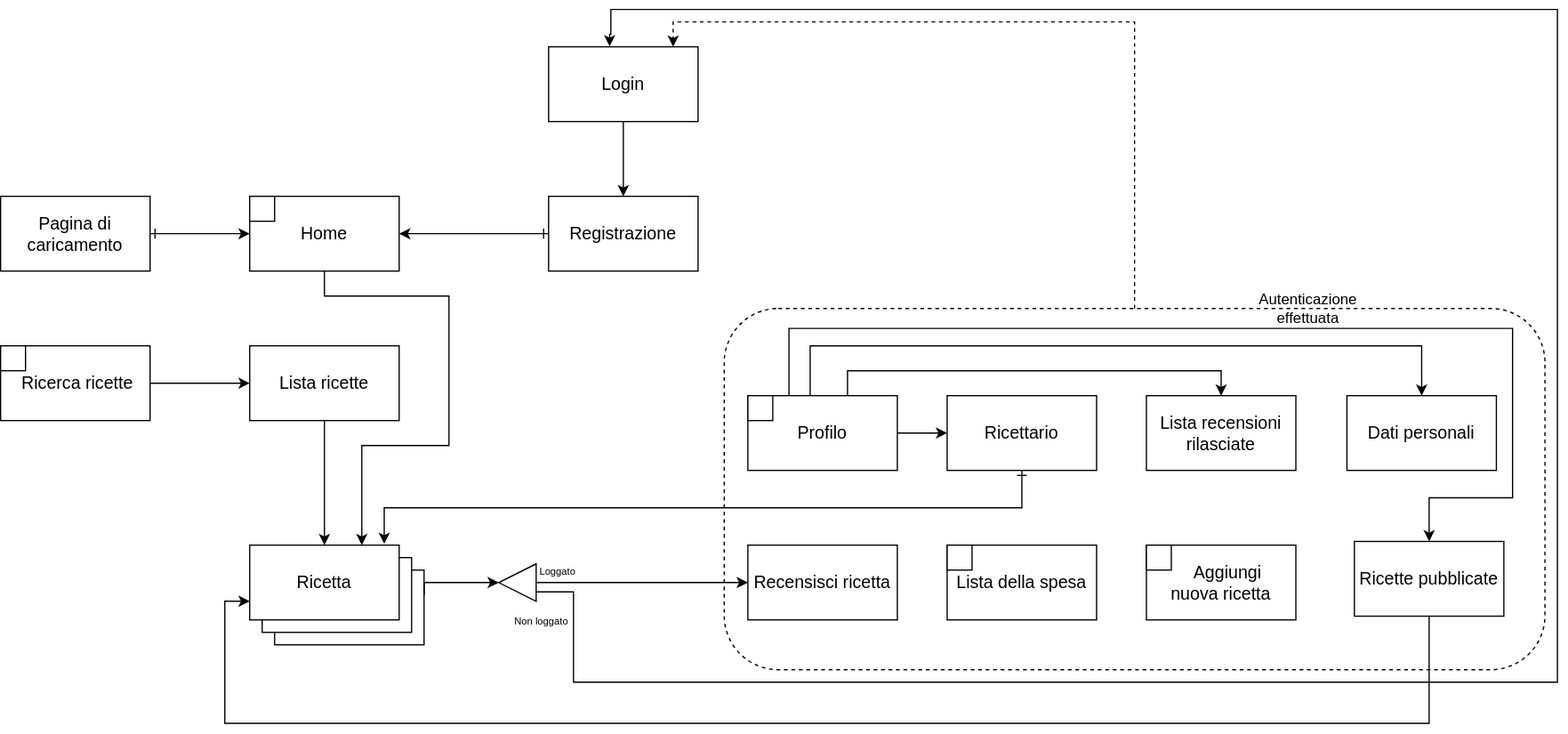
Gianlucadimarzio/Mobile keeps this draw.io diagram as Navigation/Navigation.svg. Above is the earlier version. Source tidied: cells renumbered, new cells last; positions are measured from the earlier drawing's top-left corner, leaving out a move shared by most shapes. Its diagram source:
```xml
<mxGraphModel>
  <root>
    <mxCell id="0" />
    <mxCell id="1" parent="0" />
    <mxCell id="2" style="rounded=0;whiteSpace=wrap;html=1;" parent="1" vertex="1">
      <mxGeometry x="220" y="450" width="120" height="60" as="geometry" />
    </mxCell>
    <mxCell id="3" style="edgeStyle=orthogonalEdgeStyle;rounded=0;jettySize=auto;html=1;entryX=1;entryY=0.5;entryDx=0;entryDy=0;startArrow=none;startFill=0;" parent="1" edge="1" target="17">
      <mxGeometry relative="1" as="geometry">
        <mxPoint x="340" y="470" as="sourcePoint" />
        <Array as="points">
          <mxPoint x="340" y="460" />
        </Array>
      </mxGeometry>
    </mxCell>
    <mxCell id="4" style="rounded=0;whiteSpace=wrap;html=1;" parent="1" vertex="1">
      <mxGeometry x="210" y="440" width="120" height="60" as="geometry" />
    </mxCell>
    <mxCell id="5" style="rounded=1;whiteSpace=wrap;html=1;fillColor=none;dashed=1;" parent="1" vertex="1">
      <mxGeometry x="581" y="240" width="659" height="290" as="geometry" />
    </mxCell>
    <mxCell id="6" style="edgeStyle=orthogonalEdgeStyle;rounded=0;jettySize=auto;html=1;entryX=0;entryY=0.5;entryDx=0;entryDy=0;startArrow=ERone;startFill=0;" parent="1" edge="1" source="7" target="9">
      <mxGeometry relative="1" as="geometry" />
    </mxCell>
    <mxCell id="7" value="&lt;font style=&quot;font-size: 14px&quot;&gt;Pagina di caricamento&lt;/font&gt;" style="rounded=0;whiteSpace=wrap;html=1;" parent="1" vertex="1">
      <mxGeometry y="150" width="120" height="60" as="geometry" />
    </mxCell>
    <mxCell id="8" style="edgeStyle=orthogonalEdgeStyle;rounded=0;jettySize=auto;html=1;entryX=0.75;entryY=0;entryDx=0;entryDy=0;startArrow=none;startFill=0;exitX=0.5;exitY=1;exitDx=0;exitDy=0;" parent="1" edge="1" source="9" target="14">
      <mxGeometry relative="1" as="geometry">
        <Array as="points">
          <mxPoint x="260" y="230" />
          <mxPoint x="360" y="230" />
          <mxPoint x="360" y="350" />
          <mxPoint x="290" y="350" />
        </Array>
      </mxGeometry>
    </mxCell>
    <mxCell id="9" value="&lt;font style=&quot;font-size: 14px&quot;&gt;Home&lt;/font&gt;" style="rounded=0;whiteSpace=wrap;html=1;" parent="1" vertex="1">
      <mxGeometry x="200" y="150" width="120" height="60" as="geometry" />
    </mxCell>
    <mxCell id="10" style="edgeStyle=orthogonalEdgeStyle;rounded=0;jettySize=auto;html=1;entryX=0;entryY=0.5;entryDx=0;entryDy=0;" parent="1" edge="1" source="11" target="13">
      <mxGeometry relative="1" as="geometry" />
    </mxCell>
    <mxCell id="11" value="&lt;font style=&quot;font-size: 14px&quot;&gt;&amp;nbsp;Ricerca ricette&lt;/font&gt;" style="rounded=0;whiteSpace=wrap;html=1;" parent="1" vertex="1">
      <mxGeometry y="270" width="120" height="60" as="geometry" />
    </mxCell>
    <mxCell id="12" style="edgeStyle=orthogonalEdgeStyle;rounded=0;jettySize=auto;html=1;entryX=0.5;entryY=0;entryDx=0;entryDy=0;startArrow=none;startFill=0;" parent="1" edge="1" source="13" target="14">
      <mxGeometry relative="1" as="geometry" />
    </mxCell>
    <mxCell id="13" value="&lt;font style=&quot;font-size: 14px&quot;&gt;Lista ricette&lt;/font&gt;" style="rounded=0;whiteSpace=wrap;html=1;" parent="1" vertex="1">
      <mxGeometry x="200" y="270" width="120" height="60" as="geometry" />
    </mxCell>
    <mxCell id="14" value="&lt;font style=&quot;font-size: 14px&quot;&gt;Ricetta&lt;/font&gt;" style="rounded=0;whiteSpace=wrap;html=1;" parent="1" vertex="1">
      <mxGeometry x="200" y="430" width="120" height="60" as="geometry" />
    </mxCell>
    <mxCell id="15" style="edgeStyle=orthogonalEdgeStyle;rounded=0;jettySize=auto;html=1;entryX=0;entryY=0.5;entryDx=0;entryDy=0;startArrow=none;startFill=0;" parent="1" edge="1" source="17" target="29">
      <mxGeometry relative="1" as="geometry" />
    </mxCell>
    <mxCell id="16" style="edgeStyle=orthogonalEdgeStyle;rounded=0;jettySize=auto;html=1;entryX=0.408;entryY=-0.006;entryDx=0;entryDy=0;startArrow=none;startFill=0;exitX=0;exitY=0.25;exitDx=0;exitDy=0;entryPerimeter=0;" parent="1" edge="1" source="17" target="21">
      <mxGeometry relative="1" as="geometry">
        <Array as="points">
          <mxPoint x="460" y="468" />
          <mxPoint x="460" y="540" />
          <mxPoint x="1250" y="540" />
          <mxPoint x="1250" />
          <mxPoint x="490" />
          <mxPoint x="490" y="20" />
          <mxPoint x="489" y="20" />
        </Array>
      </mxGeometry>
    </mxCell>
    <mxCell id="17" style="triangle;whiteSpace=wrap;html=1;rotation=-180;" parent="1" vertex="1">
      <mxGeometry x="400" y="445" width="30" height="30" as="geometry" />
    </mxCell>
    <mxCell id="18" style="edgeStyle=orthogonalEdgeStyle;rounded=0;jettySize=auto;html=1;entryX=1;entryY=0.5;entryDx=0;entryDy=0;startArrow=ERone;startFill=0;" parent="1" edge="1" source="19" target="9">
      <mxGeometry relative="1" as="geometry" />
    </mxCell>
    <mxCell id="19" value="&lt;font style=&quot;font-size: 14px&quot;&gt;Registrazione&lt;/font&gt;" style="rounded=0;whiteSpace=wrap;html=1;" parent="1" vertex="1">
      <mxGeometry x="440" y="150" width="120" height="60" as="geometry" />
    </mxCell>
    <mxCell id="20" style="edgeStyle=orthogonalEdgeStyle;rounded=0;jettySize=auto;html=1;entryX=0.5;entryY=0;entryDx=0;entryDy=0;startArrow=none;startFill=0;" parent="1" edge="1" source="21" target="19">
      <mxGeometry relative="1" as="geometry" />
    </mxCell>
    <mxCell id="21" value="&lt;font style=&quot;font-size: 14px&quot;&gt;Login&lt;/font&gt;" style="rounded=0;whiteSpace=wrap;html=1;" parent="1" vertex="1">
      <mxGeometry x="440" y="30" width="120" height="60" as="geometry" />
    </mxCell>
    <mxCell id="22" style="edgeStyle=orthogonalEdgeStyle;rounded=0;jettySize=auto;html=1;entryX=0;entryY=0.5;entryDx=0;entryDy=0;startArrow=none;startFill=0;" parent="1" edge="1" source="26" target="32">
      <mxGeometry relative="1" as="geometry" />
    </mxCell>
    <mxCell id="23" style="edgeStyle=orthogonalEdgeStyle;rounded=0;jettySize=auto;html=1;entryX=0.5;entryY=0;entryDx=0;entryDy=0;startArrow=none;startFill=0;" parent="1" edge="1" source="26" target="33">
      <mxGeometry relative="1" as="geometry">
        <Array as="points">
          <mxPoint x="680" y="290" />
          <mxPoint x="980" y="290" />
        </Array>
      </mxGeometry>
    </mxCell>
    <mxCell id="24" style="edgeStyle=orthogonalEdgeStyle;rounded=0;jettySize=auto;html=1;entryX=0.5;entryY=0;entryDx=0;entryDy=0;startArrow=none;startFill=0;" parent="1" edge="1" source="26" target="27">
      <mxGeometry relative="1" as="geometry">
        <Array as="points">
          <mxPoint x="650" y="270" />
          <mxPoint x="1141" y="270" />
        </Array>
      </mxGeometry>
    </mxCell>
    <mxCell id="25" style="edgeStyle=orthogonalEdgeStyle;rounded=0;jettySize=auto;html=1;entryX=0.5;entryY=0;entryDx=0;entryDy=0;" parent="1" edge="1" source="26" target="44">
      <mxGeometry relative="1" as="geometry">
        <Array as="points">
          <mxPoint x="633" y="256" />
          <mxPoint x="1214" y="256" />
          <mxPoint x="1214" y="392" />
          <mxPoint x="1147" y="392" />
        </Array>
      </mxGeometry>
    </mxCell>
    <mxCell id="26" value="&lt;font style=&quot;font-size: 14px&quot;&gt;Profilo&lt;/font&gt;" style="rounded=0;whiteSpace=wrap;html=1;" parent="1" vertex="1">
      <mxGeometry x="600" y="310" width="120" height="60" as="geometry" />
    </mxCell>
    <mxCell id="27" value="&lt;font style=&quot;font-size: 14px&quot;&gt;Dati personali&lt;/font&gt;" style="rounded=0;whiteSpace=wrap;html=1;" parent="1" vertex="1">
      <mxGeometry x="1081" y="310" width="120" height="60" as="geometry" />
    </mxCell>
    <mxCell id="28" value="&lt;font style=&quot;font-size: 14px&quot;&gt;Lista della spesa&lt;/font&gt;" style="rounded=0;whiteSpace=wrap;html=1;" parent="1" vertex="1">
      <mxGeometry x="760" y="430" width="120" height="60" as="geometry" />
    </mxCell>
    <mxCell id="29" value="&lt;font style=&quot;font-size: 14px&quot;&gt;Recensisci ricetta&lt;/font&gt;" style="rounded=0;whiteSpace=wrap;html=1;" parent="1" vertex="1">
      <mxGeometry x="600" y="430" width="120" height="60" as="geometry" />
    </mxCell>
    <mxCell id="30" value="&lt;font style=&quot;font-size: 14px&quot;&gt;&amp;nbsp; &amp;nbsp; Aggiungi&amp;nbsp; &amp;nbsp;nuova ricetta&amp;nbsp;&lt;/font&gt;" style="rounded=0;whiteSpace=wrap;html=1;" parent="1" vertex="1">
      <mxGeometry x="920" y="430" width="120" height="60" as="geometry" />
    </mxCell>
    <mxCell id="31" style="edgeStyle=orthogonalEdgeStyle;rounded=0;jettySize=auto;html=1;entryX=0.9;entryY=-0.017;entryDx=0;entryDy=0;entryPerimeter=0;startArrow=ERone;startFill=0;" parent="1" edge="1" source="32" target="14">
      <mxGeometry relative="1" as="geometry">
        <Array as="points">
          <mxPoint x="820" y="400" />
          <mxPoint x="308" y="400" />
        </Array>
      </mxGeometry>
    </mxCell>
    <mxCell id="32" value="&lt;font style=&quot;font-size: 14px&quot;&gt;Ricettario&lt;/font&gt;" style="rounded=0;whiteSpace=wrap;html=1;" parent="1" vertex="1">
      <mxGeometry x="760" y="310" width="120" height="60" as="geometry" />
    </mxCell>
    <mxCell id="33" value="&lt;font style=&quot;font-size: 14px&quot;&gt;Lista recensioni rilasciate&lt;/font&gt;" style="rounded=0;whiteSpace=wrap;html=1;" parent="1" vertex="1">
      <mxGeometry x="920" y="310" width="120" height="60" as="geometry" />
    </mxCell>
    <mxCell id="34" style="edgeStyle=orthogonalEdgeStyle;rounded=0;jettySize=auto;html=1;startArrow=none;startFill=0;dashed=1;" parent="1" edge="1" source="5" target="21">
      <mxGeometry relative="1" as="geometry">
        <Array as="points">
          <mxPoint x="910" y="10" />
          <mxPoint x="540" y="10" />
        </Array>
      </mxGeometry>
    </mxCell>
    <mxCell id="35" style="rounded=0;whiteSpace=wrap;html=1;fillColor=#ffffff;" parent="1" vertex="1">
      <mxGeometry x="600" y="310" width="20" height="20" as="geometry" />
    </mxCell>
    <mxCell id="36" style="rounded=0;whiteSpace=wrap;html=1;fillColor=#ffffff;" parent="1" vertex="1">
      <mxGeometry x="920" y="430" width="20" height="20" as="geometry" />
    </mxCell>
    <mxCell id="37" style="rounded=0;whiteSpace=wrap;html=1;fillColor=#ffffff;" parent="1" vertex="1">
      <mxGeometry x="760" y="430" width="20" height="20" as="geometry" />
    </mxCell>
    <mxCell id="38" style="rounded=0;whiteSpace=wrap;html=1;fillColor=#ffffff;" parent="1" vertex="1">
      <mxGeometry x="200" y="150" width="20" height="20" as="geometry" />
    </mxCell>
    <mxCell id="39" style="rounded=0;whiteSpace=wrap;html=1;fillColor=#ffffff;" parent="1" vertex="1">
      <mxGeometry y="270" width="20" height="20" as="geometry" />
    </mxCell>
    <mxCell id="40" value="&lt;font style=&quot;font-size: 8px&quot;&gt;Non loggato&lt;/font&gt;" style="text;html=1;align=center;verticalAlign=middle;" parent="1" vertex="1">
      <mxGeometry x="404" y="480" width="60" height="20" as="geometry" />
    </mxCell>
    <mxCell id="41" value="&lt;font style=&quot;font-size: 8px&quot;&gt;Loggato&lt;/font&gt;" style="text;html=1;align=center;verticalAlign=middle;" parent="1" vertex="1">
      <mxGeometry x="427" y="440" width="40" height="20" as="geometry" />
    </mxCell>
    <mxCell id="42" value="Autenticazione effettuata" style="text;html=1;strokeColor=none;fillColor=none;align=center;verticalAlign=middle;whiteSpace=wrap;rounded=0;" parent="1" vertex="1">
      <mxGeometry x="1030" y="230" width="40" height="20" as="geometry" />
    </mxCell>
    <mxCell id="43" style="edgeStyle=orthogonalEdgeStyle;rounded=0;jettySize=auto;html=1;entryX=0;entryY=0.75;entryDx=0;entryDy=0;" parent="1" edge="1" source="44" target="14">
      <mxGeometry relative="1" as="geometry">
        <Array as="points">
          <mxPoint x="1147" y="573" />
          <mxPoint x="180" y="573" />
          <mxPoint x="180" y="475" />
        </Array>
      </mxGeometry>
    </mxCell>
    <mxCell id="44" value="&lt;font style=&quot;font-size: 14px&quot;&gt;Ricette pubblicate&lt;/font&gt;" style="rounded=0;whiteSpace=wrap;html=1;" parent="1" vertex="1">
      <mxGeometry x="1087" y="427" width="120" height="60" as="geometry" />
    </mxCell>
  </root>
</mxGraphModel>
```
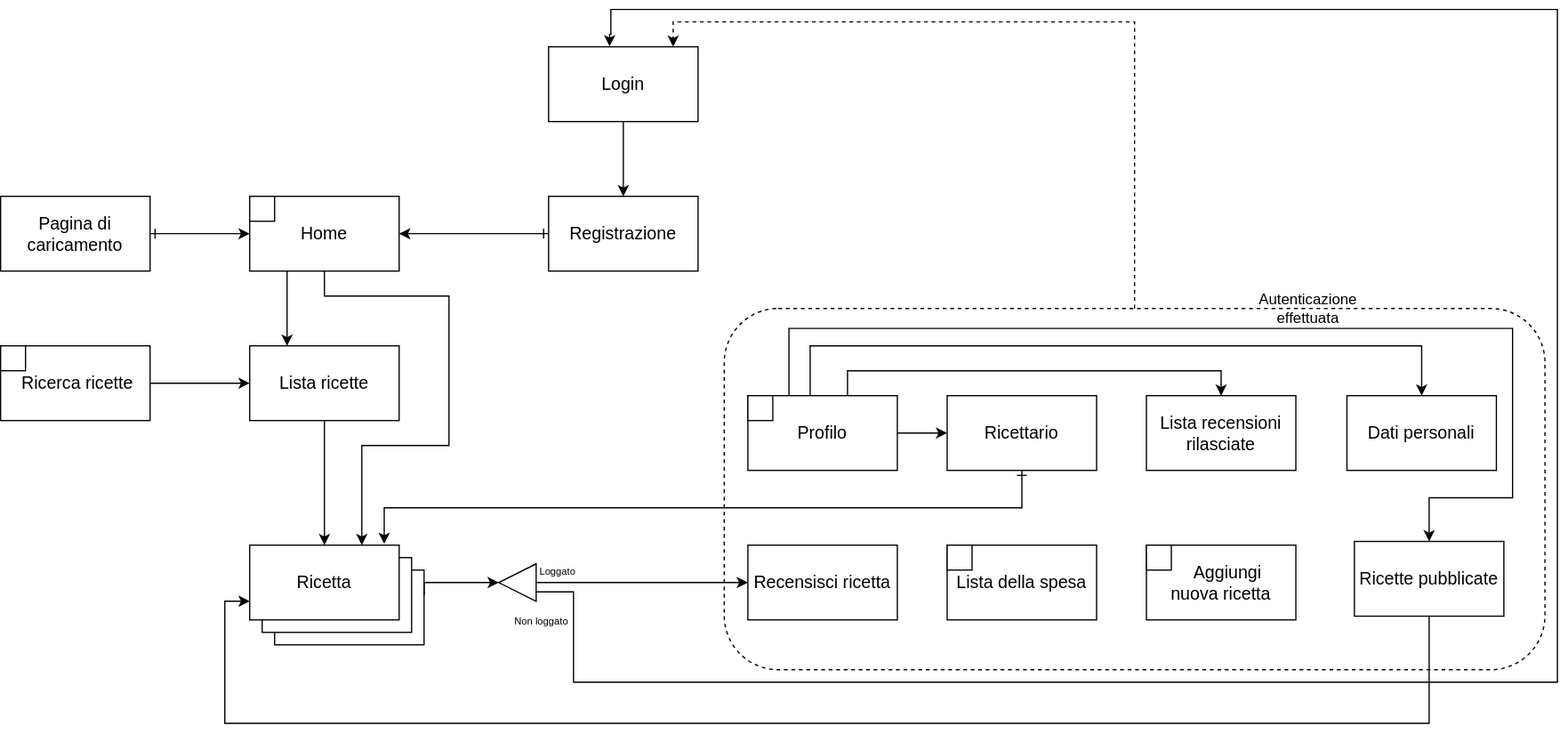
Later version of the same file.

Diff of the diagram source:
```diff
@@ -35,6 +35,9 @@
         </Array>
       </mxGeometry>
     </mxCell>
+    <mxCell id="45" style="edgeStyle=orthogonalEdgeStyle;rounded=0;jettySize=auto;html=1;entryX=0.25;entryY=0;entryDx=0;entryDy=0;exitX=0.25;exitY=1;exitDx=0;exitDy=0;" parent="1" edge="1" source="9" target="13">
+      <mxGeometry relative="1" as="geometry" />
+    </mxCell>
     <mxCell id="9" value="&lt;font style=&quot;font-size: 14px&quot;&gt;Home&lt;/font&gt;" style="rounded=0;whiteSpace=wrap;html=1;" parent="1" vertex="1">
       <mxGeometry x="200" y="150" width="120" height="60" as="geometry" />
     </mxCell>
```
